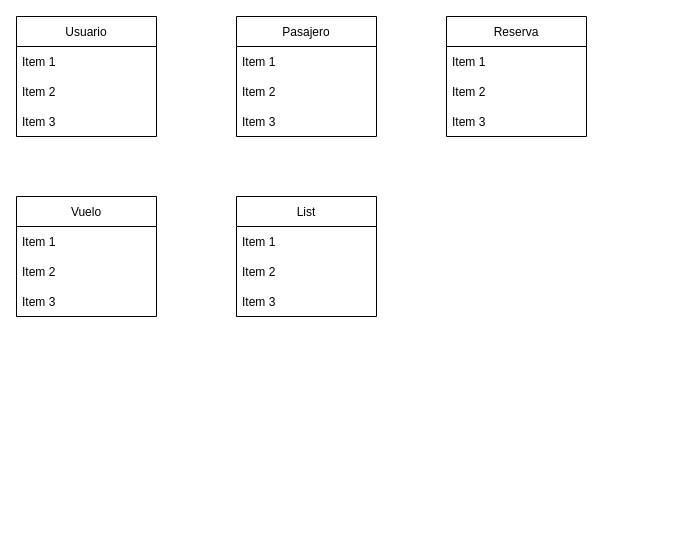
Above: Documentacion/Bolboreta_Dia.drawio in jrmougan/Bolboreta-Fly (draw.io), before the change. Source tidied: cells renumbered, new cells numbered last; positions are measured from the earlier drawing's top-left corner, leaving out a move shared by most shapes. Both pictures are drawn from the tidied source at 100%, with x=0, y=0 at pixel (16, 16).
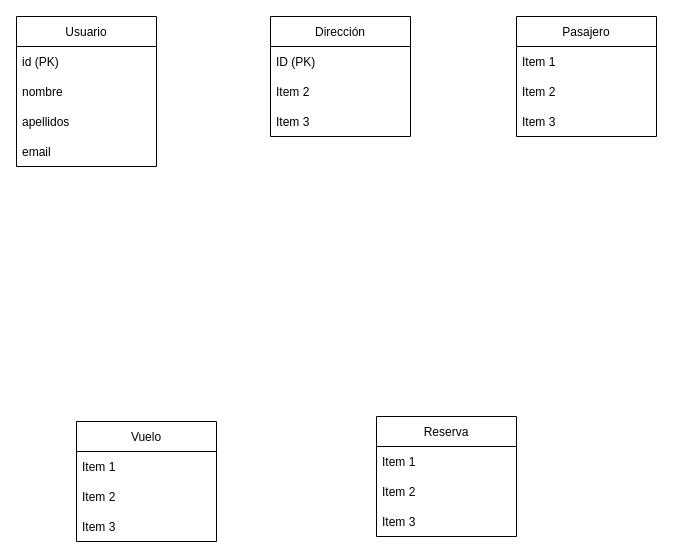
Above is the later version.

Change to the diagram source:
```diff
@@
     <mxCell id="2" value="Usuario" style="swimlane;fontStyle=0;horizontal=1;startSize=30;" parent="1" vertex="1">
-      <mxGeometry width="140" height="120" as="geometry" />
+      <mxGeometry width="140" height="150" as="geometry" />
     </mxCell>
-    <mxCell id="3" value="Item 1" style="text;strokeColor=none;fillColor=none;align=left;verticalAlign=middle;spacingLeft=4;spacingRight=4;overflow=hidden;" parent="2" vertex="1">
+    <mxCell id="3" value="id (PK)" style="text;strokeColor=none;fillColor=none;align=left;verticalAlign=middle;spacingLeft=4;spacingRight=4;overflow=hidden;" parent="2" vertex="1">
       <mxGeometry y="30" width="140" height="30" as="geometry" />
     </mxCell>
-    <mxCell id="4" value="Item 2" style="text;strokeColor=none;fillColor=none;align=left;verticalAlign=middle;spacingLeft=4;spacingRight=4;overflow=hidden;" parent="2" vertex="1">
+    <mxCell id="4" value="nombre" style="text;strokeColor=none;fillColor=none;align=left;verticalAlign=middle;spacingLeft=4;spacingRight=4;overflow=hidden;" parent="2" vertex="1">
       <mxGeometry y="60" width="140" height="30" as="geometry" />
     </mxCell>
-    <mxCell id="5" value="Item 3" style="text;strokeColor=none;fillColor=none;align=left;verticalAlign=middle;spacingLeft=4;spacingRight=4;overflow=hidden;" parent="2" vertex="1">
+    <mxCell id="5" value="apellidos" style="text;strokeColor=none;fillColor=none;align=left;verticalAlign=middle;spacingLeft=4;spacingRight=4;overflow=hidden;" parent="2" vertex="1">
       <mxGeometry y="90" width="140" height="30" as="geometry" />
     </mxCell>
+    <mxCell id="22" value="email" style="text;strokeColor=none;fillColor=none;align=left;verticalAlign=middle;spacingLeft=4;spacingRight=4;overflow=hidden;" parent="2" vertex="1">
+      <mxGeometry y="120" width="140" height="30" as="geometry" />
+    </mxCell>
     <mxCell id="6" value="Pasajero" style="swimlane;fontStyle=0;horizontal=1;startSize=30;" parent="1" vertex="1">
-      <mxGeometry x="220" width="140" height="120" as="geometry" />
+      <mxGeometry x="500" width="140" height="120" as="geometry" />
     </mxCell>
@@
     <mxCell id="10" value="Reserva" style="swimlane;fontStyle=0;horizontal=1;startSize=30;" parent="1" vertex="1">
-      <mxGeometry x="430" width="140" height="120" as="geometry" />
+      <mxGeometry x="360" y="400" width="140" height="120" as="geometry" />
     </mxCell>
@@
     <mxCell id="14" value="Vuelo" style="swimlane;fontStyle=0;horizontal=1;startSize=30;" parent="1" vertex="1">
-      <mxGeometry y="180" width="140" height="120" as="geometry" />
+      <mxGeometry x="60" y="405" width="140" height="120" as="geometry" />
     </mxCell>
@@
-    <mxCell id="18" value="List" style="swimlane;fontStyle=0;horizontal=1;startSize=30;" parent="1" vertex="1">
-      <mxGeometry x="220" y="180" width="140" height="120" as="geometry" />
+    <mxCell id="18" value="Dirección" style="swimlane;fontStyle=0;horizontal=1;startSize=30;" parent="1" vertex="1">
+      <mxGeometry x="254" width="140" height="120" as="geometry" />
     </mxCell>
-    <mxCell id="19" value="Item 1" style="text;strokeColor=none;fillColor=none;align=left;verticalAlign=middle;spacingLeft=4;spacingRight=4;overflow=hidden;" parent="18" vertex="1">
+    <mxCell id="19" value="ID (PK)" style="text;strokeColor=none;fillColor=none;align=left;verticalAlign=middle;spacingLeft=4;spacingRight=4;overflow=hidden;" parent="18" vertex="1">
       <mxGeometry y="30" width="140" height="30" as="geometry" />
     </mxCell>
```
